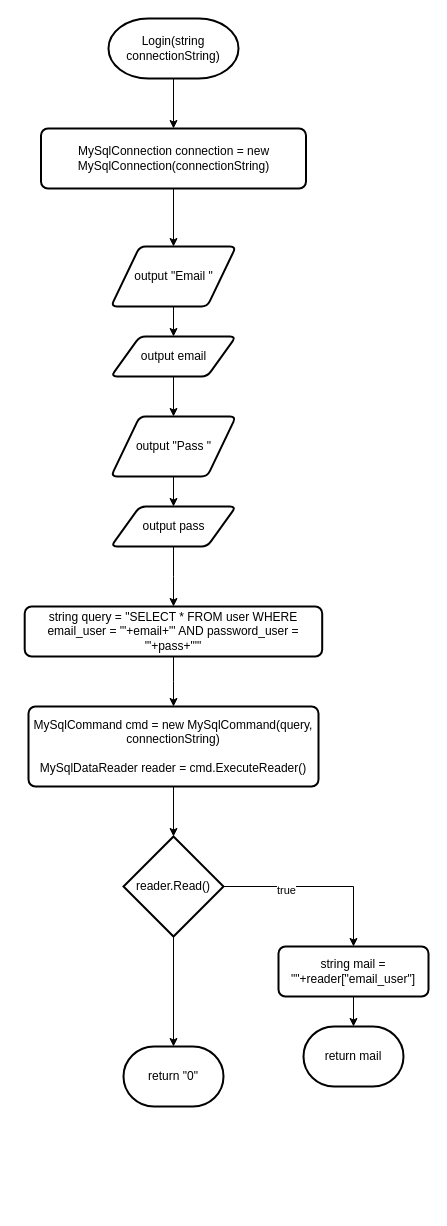
Before: page "Login" (2 of 20) of Untitled Diagram.drawio in AdliXSec/FlowchartTubes, a draw.io diagram. Source tidied: cells renumbered, new cells numbered last; positions are measured from the earlier drawing's top-left corner, leaving out a move shared by most shapes. Both pictures are drawn from the tidied source at 100%, with x=0, y=0 at pixel (24, 18).
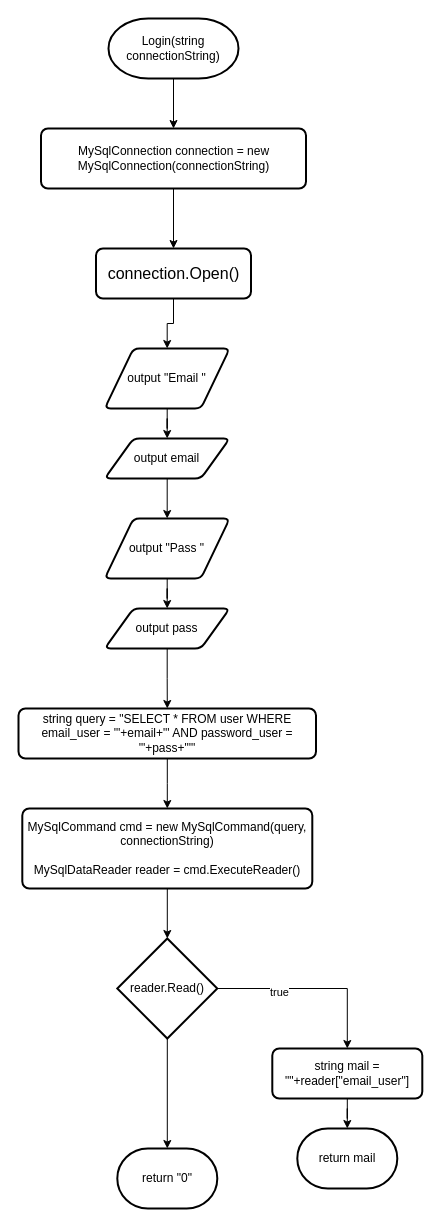
After the change.

Unchanged cells that the change refers to:
```xml
<mxCell id="25" value="MySqlConnection connection = new MySqlConnection(connectionString)" style="rounded=1;whiteSpace=wrap;html=1;absoluteArcSize=1;arcSize=14;strokeWidth=2;" parent="1" vertex="1">
  <mxGeometry x="16.5" y="110" width="265" height="60" as="geometry" />
</mxCell>
```

The edit, as a diff of the source:
```diff
@@
     <mxCell id="4" value="output &quot;Email &quot;" style="shape=parallelogram;html=1;strokeWidth=2;perimeter=parallelogramPerimeter;whiteSpace=wrap;rounded=1;arcSize=12;size=0.23;" parent="1" vertex="1">
-      <mxGeometry x="86.5" y="228" width="125" height="60" as="geometry" />
+      <mxGeometry x="80.2" y="330" width="125" height="60" as="geometry" />
     </mxCell>
@@
     <mxCell id="7" value="output email" style="shape=parallelogram;html=1;strokeWidth=2;perimeter=parallelogramPerimeter;whiteSpace=wrap;rounded=1;arcSize=12;size=0.23;" parent="1" vertex="1">
-      <mxGeometry x="86.5" y="318" width="125" height="40" as="geometry" />
+      <mxGeometry x="80.2" y="420" width="125" height="40" as="geometry" />
     </mxCell>
@@
     <mxCell id="9" value="output &quot;Pass &quot;" style="shape=parallelogram;html=1;strokeWidth=2;perimeter=parallelogramPerimeter;whiteSpace=wrap;rounded=1;arcSize=12;size=0.23;" parent="1" vertex="1">
-      <mxGeometry x="86.5" y="398" width="125" height="60" as="geometry" />
+      <mxGeometry x="80.2" y="500" width="125" height="60" as="geometry" />
     </mxCell>
     <mxCell id="10" value="output pass" style="shape=parallelogram;html=1;strokeWidth=2;perimeter=parallelogramPerimeter;whiteSpace=wrap;rounded=1;arcSize=12;size=0.23;" parent="1" vertex="1">
-      <mxGeometry x="86.5" y="488" width="125" height="40" as="geometry" />
+      <mxGeometry x="80.2" y="590" width="125" height="40" as="geometry" />
     </mxCell>
     <mxCell id="11" value="string query = &quot;SELECT * FROM user WHERE email_user = '&quot;+email+&quot;' AND password_user = '&quot;+pass+&quot;'&quot;" style="rounded=1;whiteSpace=wrap;html=1;absoluteArcSize=1;arcSize=14;strokeWidth=2;" parent="1" vertex="1">
-      <mxGeometry x="0.2" y="588" width="297.5" height="50" as="geometry" />
+      <mxGeometry x="-6" y="690" width="297.5" height="50" as="geometry" />
     </mxCell>
@@
     <mxCell id="13" value="MySqlCommand cmd = new MySqlCommand(query, connectionString)&lt;div&gt;&lt;br&gt;&lt;/div&gt;&lt;div&gt;MySqlDataReader reader = cmd.ExecuteReader()&lt;/div&gt;" style="rounded=1;whiteSpace=wrap;html=1;absoluteArcSize=1;arcSize=14;strokeWidth=2;" parent="1" vertex="1">
-      <mxGeometry x="4" y="688" width="290" height="80" as="geometry" />
+      <mxGeometry x="-2.2" y="790" width="290" height="80" as="geometry" />
     </mxCell>
@@
     <mxCell id="18" value="reader.Read()" style="strokeWidth=2;html=1;shape=mxgraph.flowchart.decision;whiteSpace=wrap;" parent="1" vertex="1">
-      <mxGeometry x="99" y="818" width="100" height="100" as="geometry" />
+      <mxGeometry x="92.8" y="920" width="100" height="100" as="geometry" />
     </mxCell>
@@
     <mxCell id="20" value="string mail = &quot;&quot;+reader[&quot;email_user&quot;]" style="rounded=1;whiteSpace=wrap;html=1;absoluteArcSize=1;arcSize=14;strokeWidth=2;" parent="1" vertex="1">
-      <mxGeometry x="254" y="928" width="150" height="50" as="geometry" />
+      <mxGeometry x="247.8" y="1030" width="150" height="50" as="geometry" />
     </mxCell>
     <mxCell id="21" value="return &quot;0&quot;" style="strokeWidth=2;html=1;shape=mxgraph.flowchart.terminator;whiteSpace=wrap;" parent="1" vertex="1">
-      <mxGeometry x="99" y="1028" width="100" height="60" as="geometry" />
+      <mxGeometry x="92.8" y="1130" width="100" height="60" as="geometry" />
     </mxCell>
     <mxCell id="22" value="return mail" style="strokeWidth=2;html=1;shape=mxgraph.flowchart.terminator;whiteSpace=wrap;" parent="1" vertex="1">
-      <mxGeometry x="279" y="1008" width="100" height="60" as="geometry" />
+      <mxGeometry x="272.8" y="1110" width="100" height="60" as="geometry" />
     </mxCell>
@@
-    <mxCell id="24" style="edgeStyle=orthogonalEdgeStyle;rounded=0;jettySize=auto;html=1;entryX=0.5;entryY=0;entryDx=0;entryDy=0;" parent="1" edge="1" source="25" target="4">
+    <mxCell id="24" style="edgeStyle=orthogonalEdgeStyle;rounded=0;jettySize=auto;html=1;entryX=0.5;entryY=0;entryDx=0;entryDy=0;" parent="1" edge="1" source="27" target="4">
       <mxGeometry relative="1" as="geometry" />
     </mxCell>
@@
+    <mxCell id="26" style="edgeStyle=orthogonalEdgeStyle;rounded=0;jettySize=auto;html=1;entryX=0.5;entryY=0;entryDx=0;entryDy=0;" parent="1" edge="1" source="25" target="27">
+      <mxGeometry relative="1" as="geometry" />
+    </mxCell>
+    <mxCell id="27" value="&lt;font style=&quot;font-size: 16px;&quot;&gt;connection.Open()&lt;/font&gt;" style="rounded=1;whiteSpace=wrap;html=1;absoluteArcSize=1;arcSize=14;strokeWidth=2;" parent="1" vertex="1">
+      <mxGeometry x="71.5" y="230" width="155" height="50" as="geometry" />
+    </mxCell>
```
